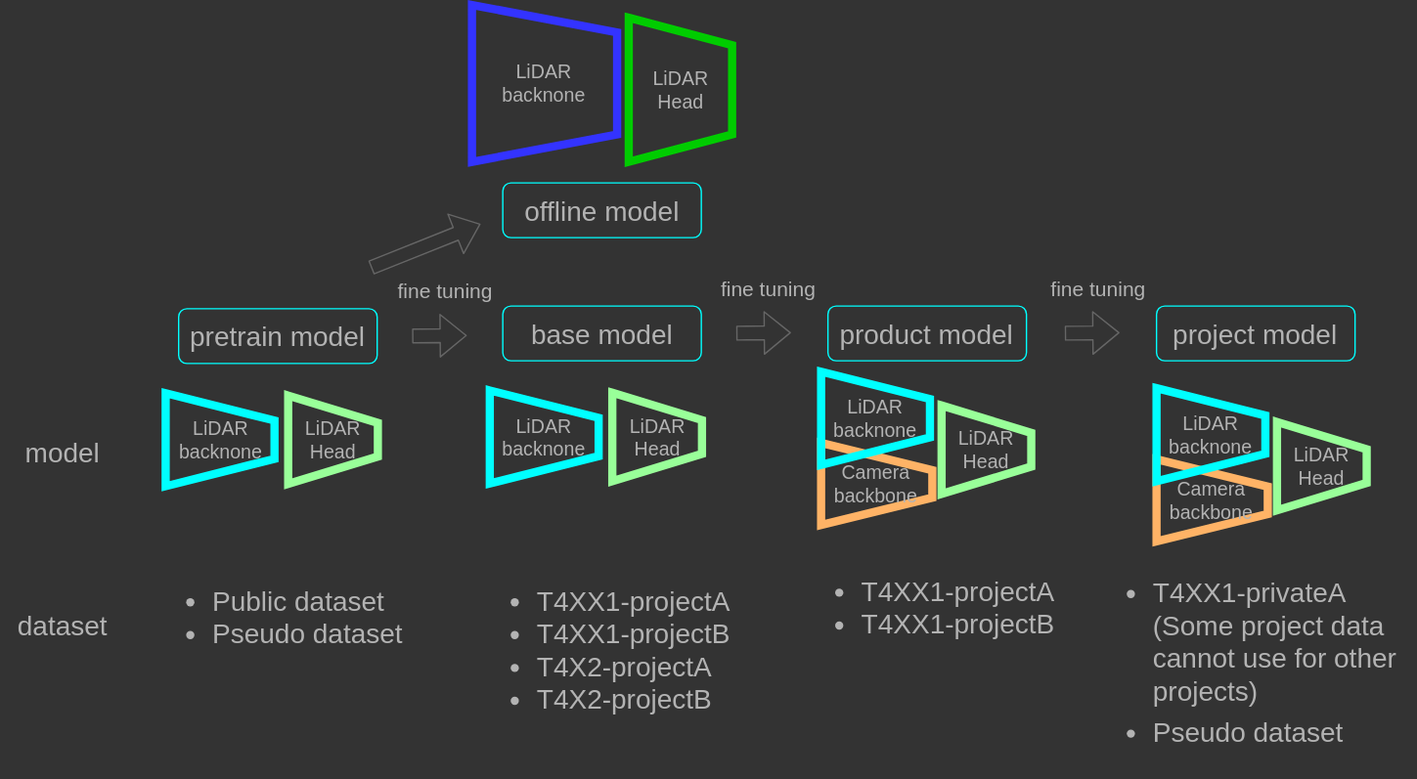
Above: docs/fig/model_type_2.drawio.svg in tier4/AWML (draw.io), before the change. Source tidied: cells renumbered, new cells last; positions are measured from the earlier drawing's top-left corner, leaving out a move shared by most shapes.
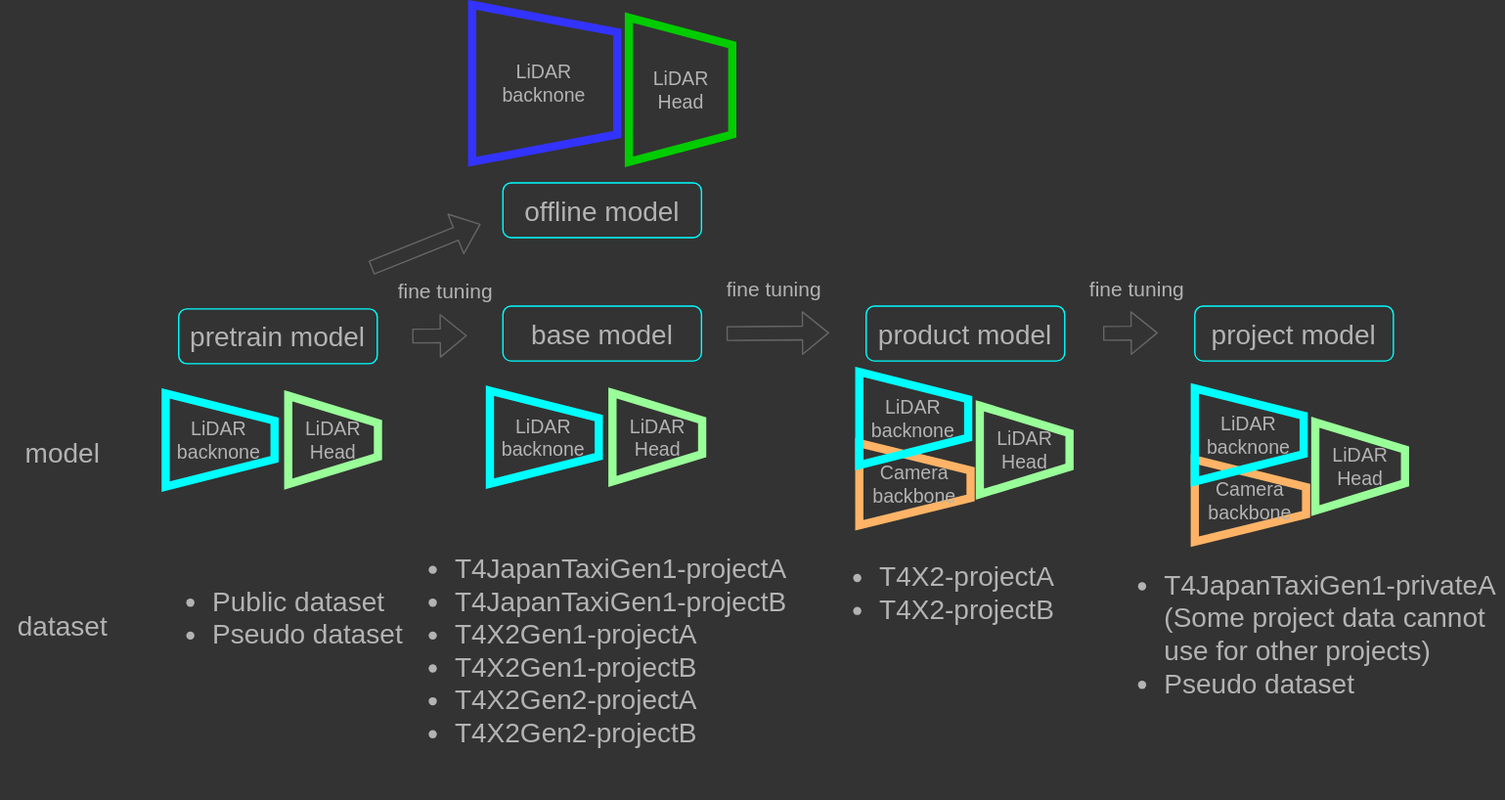
The same file after the commit.

Commit message:
chore(docs): update the strategy of model versioning (#241)

Change to the diagram source:
```diff
@@ -7,18 +7,18 @@
     </mxCell>
     <mxCell id="3" style="shape=flexArrow;endArrow=classic;html=1;fontSize=20;fontColor=#B3B3B3;strokeColor=#666666;" parent="1" edge="1">
       <mxGeometry relative="1" as="geometry">
-        <mxPoint x="537.2" y="239.8" as="sourcePoint" />
-        <mxPoint x="577.2" y="239.5" as="targetPoint" />
+        <mxPoint x="530" y="240" as="sourcePoint" />
+        <mxPoint x="605" y="239.5" as="targetPoint" />
       </mxGeometry>
     </mxCell>
-    <mxCell id="4" value="&lt;ul&gt;&lt;li&gt;&lt;span style=&quot;background-color: initial;&quot;&gt;T4XX1-projectA&lt;/span&gt;&lt;br&gt;&lt;/li&gt;&lt;li&gt;&lt;span style=&quot;background-color: initial;&quot;&gt;T4XX1-projectB&lt;/span&gt;&lt;/li&gt;&lt;li&gt;&lt;span style=&quot;background-color: initial;&quot;&gt;T4X2-projectA&lt;/span&gt;&lt;/li&gt;&lt;li&gt;&lt;span style=&quot;background-color: initial;&quot;&gt;T4X2-projectB&lt;/span&gt;&lt;/li&gt;&lt;/ul&gt;" style="text;html=1;strokeColor=none;fillColor=none;align=left;verticalAlign=middle;whiteSpace=wrap;rounded=0;fontSize=20;fontColor=#B3B3B3;" parent="1" vertex="1">
-      <mxGeometry x="349.8" y="410" width="197.5" height="122" as="geometry" />
+    <mxCell id="4" value="&lt;ul&gt;&lt;li&gt;&lt;span style=&quot;background-color: initial;&quot;&gt;T4JapanTaxiGen1-projectA&lt;/span&gt;&lt;br&gt;&lt;/li&gt;&lt;li&gt;&lt;span style=&quot;background-color: initial;&quot;&gt;T4JapanTaxiGen1-projectB&lt;/span&gt;&lt;/li&gt;&lt;li&gt;&lt;span style=&quot;background-color: initial;&quot;&gt;T4X2Gen1-projectA&lt;/span&gt;&lt;br&gt;&lt;/li&gt;&lt;li&gt;&lt;span style=&quot;background-color: initial;&quot;&gt;T4X2Gen1-projectB&lt;/span&gt;&lt;/li&gt;&lt;li&gt;&lt;span style=&quot;background-color: initial;&quot;&gt;T4X2Gen2-projectA&lt;/span&gt;&lt;br&gt;&lt;/li&gt;&lt;li&gt;&lt;span style=&quot;background-color: initial;&quot;&gt;T4X2Gen2-projectB&lt;/span&gt;&lt;/li&gt;&lt;/ul&gt;" style="text;html=1;strokeColor=none;fillColor=none;align=left;verticalAlign=middle;whiteSpace=wrap;rounded=0;fontSize=20;fontColor=#B3B3B3;" parent="1" vertex="1">
+      <mxGeometry x="290" y="410" width="300" height="122" as="geometry" />
     </mxCell>
     <mxCell id="5" value="&lt;span style=&quot;font-size: 15px;&quot;&gt;fine tuning&lt;/span&gt;" style="text;html=1;strokeColor=none;fillColor=none;align=center;verticalAlign=middle;whiteSpace=wrap;rounded=0;fontSize=20;fontColor=#B3B3B3;" parent="1" vertex="1">
-      <mxGeometry x="511.7" y="190" width="97.5" height="30" as="geometry" />
+      <mxGeometry x="516" y="190" width="97.5" height="30" as="geometry" />
     </mxCell>
     <mxCell id="6" value="&lt;font style=&quot;font-size: 20px;&quot;&gt;product model&lt;/font&gt;" style="rounded=1;whiteSpace=wrap;html=1;strokeColor=#00FFFF;fillColor=none;fontColor=#B3B3B3;" parent="1" vertex="1">
-      <mxGeometry x="604.2" y="220" width="145" height="40" as="geometry" />
+      <mxGeometry x="632" y="220" width="145" height="40" as="geometry" />
     </mxCell>
     <mxCell id="7" value="&lt;font style=&quot;font-size: 14px;&quot;&gt;LiDAR&lt;br&gt;backnone&lt;/font&gt;" style="shape=trapezoid;perimeter=trapezoidPerimeter;whiteSpace=wrap;html=1;fixedSize=1;rotation=0;fillColor=none;fontColor=#B3B3B3;strokeColor=#00FFFF;strokeWidth=6;direction=south;" parent="1" vertex="1">
       <mxGeometry x="357.2" y="281.7" width="79.5" height="68" as="geometry" />
@@ -28,42 +28,39 @@
     </mxCell>
     <mxCell id="9" style="shape=flexArrow;endArrow=classic;html=1;fontSize=20;fontColor=#B3B3B3;strokeColor=#666666;" parent="1" edge="1">
       <mxGeometry relative="1" as="geometry">
-        <mxPoint x="777.2" y="239.8" as="sourcePoint" />
-        <mxPoint x="817.2" y="239.5" as="targetPoint" />
+        <mxPoint x="805" y="239.8" as="sourcePoint" />
+        <mxPoint x="845" y="239.5" as="targetPoint" />
       </mxGeometry>
     </mxCell>
     <mxCell id="10" value="&lt;font style=&quot;font-size: 20px;&quot;&gt;project model&lt;/font&gt;" style="rounded=1;whiteSpace=wrap;html=1;strokeColor=#00FFFF;fillColor=none;fontColor=#B3B3B3;" parent="1" vertex="1">
-      <mxGeometry x="844.2" y="220" width="145" height="40" as="geometry" />
+      <mxGeometry x="872" y="220" width="145" height="40" as="geometry" />
     </mxCell>
     <mxCell id="11" value="&lt;span style=&quot;font-size: 15px;&quot;&gt;fine tuning&lt;/span&gt;" style="text;html=1;strokeColor=none;fillColor=none;align=center;verticalAlign=middle;whiteSpace=wrap;rounded=0;fontSize=20;fontColor=#B3B3B3;" parent="1" vertex="1">
-      <mxGeometry x="752.7" y="190" width="97.5" height="30" as="geometry" />
+      <mxGeometry x="780.5" y="190" width="97.5" height="30" as="geometry" />
     </mxCell>
     <mxCell id="12" value="&lt;font style=&quot;font-size: 20px;&quot;&gt;offline model&lt;/font&gt;" style="rounded=1;whiteSpace=wrap;html=1;strokeColor=#00FFFF;fillColor=none;fontColor=#B3B3B3;" parent="1" vertex="1">
       <mxGeometry x="366.8" y="130" width="145" height="40" as="geometry" />
     </mxCell>
-    <mxCell id="13" value="&lt;ul&gt;&lt;li&gt;&lt;span style=&quot;background-color: initial;&quot;&gt;Pseudo dataset&lt;/span&gt;&lt;/li&gt;&lt;/ul&gt;" style="text;html=1;strokeColor=none;fillColor=none;align=left;verticalAlign=middle;whiteSpace=wrap;rounded=0;fontSize=20;fontColor=#B3B3B3;" parent="1" vertex="1">
-      <mxGeometry x="800.1" y="510" width="183.2" height="41" as="geometry" />
-    </mxCell>
-    <mxCell id="14" value="&lt;ul&gt;&lt;li&gt;&lt;span style=&quot;background-color: initial;&quot;&gt;T4XX1-privateA&lt;br&gt;(Some project data cannot use for other projects)&amp;nbsp;&lt;/span&gt;&lt;/li&gt;&lt;/ul&gt;" style="text;html=1;strokeColor=none;fillColor=none;align=left;verticalAlign=middle;whiteSpace=wrap;rounded=0;fontSize=20;fontColor=#B3B3B3;" parent="1" vertex="1">
-      <mxGeometry x="800.1" y="410" width="233.2" height="110" as="geometry" />
+    <mxCell id="14" value="&lt;ul&gt;&lt;li&gt;&lt;span style=&quot;background-color: initial;&quot;&gt;T4JapanTaxiGen1-privateA&lt;br&gt;(Some project data cannot use for other projects)&amp;nbsp;&lt;/span&gt;&lt;/li&gt;&lt;li&gt;&lt;span style=&quot;background-color: initial;&quot;&gt;Pseudo dataset&lt;/span&gt;&lt;/li&gt;&lt;/ul&gt;" style="text;html=1;strokeColor=none;fillColor=none;align=left;verticalAlign=middle;whiteSpace=wrap;rounded=0;fontSize=20;fontColor=#B3B3B3;" parent="1" vertex="1">
+      <mxGeometry x="807.8" y="410" width="289.9" height="98" as="geometry" />
     </mxCell>
     <mxCell id="15" value="&lt;font style=&quot;font-size: 14px;&quot;&gt;Camera&lt;br&gt;backbone&lt;/font&gt;" style="shape=trapezoid;perimeter=trapezoidPerimeter;whiteSpace=wrap;html=1;fixedSize=1;rotation=0;fillColor=none;fontColor=#B3B3B3;strokeColor=#FFB366;strokeWidth=6;direction=south;" parent="1" vertex="1">
-      <mxGeometry x="599.2" y="320" width="81.2" height="60" as="geometry" />
+      <mxGeometry x="627" y="320" width="81.2" height="60" as="geometry" />
     </mxCell>
     <mxCell id="16" value="&lt;font style=&quot;font-size: 14px;&quot;&gt;LiDAR&lt;br&gt;backnone&lt;/font&gt;" style="shape=trapezoid;perimeter=trapezoidPerimeter;whiteSpace=wrap;html=1;fixedSize=1;rotation=0;fillColor=none;fontColor=#B3B3B3;strokeColor=#00FFFF;strokeWidth=6;direction=south;" parent="1" vertex="1">
-      <mxGeometry x="599.2" y="268" width="79.5" height="68" as="geometry" />
+      <mxGeometry x="627" y="268" width="79.5" height="68" as="geometry" />
     </mxCell>
     <mxCell id="17" value="&lt;span style=&quot;font-size: 14px;&quot;&gt;LiDAR&lt;br&gt;Head&lt;/span&gt;" style="shape=trapezoid;perimeter=trapezoidPerimeter;whiteSpace=wrap;html=1;fixedSize=1;rotation=0;fillColor=none;fontColor=#B3B3B3;strokeColor=#99FF99;strokeWidth=6;direction=south;" parent="1" vertex="1">
-      <mxGeometry x="687.2" y="292.7" width="65.5" height="64.6" as="geometry" />
+      <mxGeometry x="715" y="292.7" width="65.5" height="64.6" as="geometry" />
     </mxCell>
     <mxCell id="18" value="&lt;font style=&quot;font-size: 14px;&quot;&gt;Camera&lt;br&gt;backbone&lt;/font&gt;" style="shape=trapezoid;perimeter=trapezoidPerimeter;whiteSpace=wrap;html=1;fixedSize=1;rotation=0;fillColor=none;fontColor=#B3B3B3;strokeColor=#FFB366;strokeWidth=6;direction=south;" parent="1" vertex="1">
-      <mxGeometry x="844.2" y="332" width="81.2" height="60" as="geometry" />
+      <mxGeometry x="872" y="332" width="81.2" height="60" as="geometry" />
     </mxCell>
     <mxCell id="19" value="&lt;font style=&quot;font-size: 14px;&quot;&gt;LiDAR&lt;br&gt;backnone&lt;/font&gt;" style="shape=trapezoid;perimeter=trapezoidPerimeter;whiteSpace=wrap;html=1;fixedSize=1;rotation=0;fillColor=none;fontColor=#B3B3B3;strokeColor=#00FFFF;strokeWidth=6;direction=south;" parent="1" vertex="1">
-      <mxGeometry x="844.2" y="280" width="79.5" height="68" as="geometry" />
+      <mxGeometry x="872" y="280" width="79.5" height="68" as="geometry" />
     </mxCell>
     <mxCell id="20" value="&lt;span style=&quot;font-size: 14px;&quot;&gt;LiDAR&lt;br&gt;Head&lt;/span&gt;" style="shape=trapezoid;perimeter=trapezoidPerimeter;whiteSpace=wrap;html=1;fixedSize=1;rotation=0;fillColor=none;fontColor=#B3B3B3;strokeColor=#99FF99;strokeWidth=6;direction=south;" parent="1" vertex="1">
-      <mxGeometry x="932.2" y="304.7" width="65.5" height="64.6" as="geometry" />
+      <mxGeometry x="960" y="304.7" width="65.5" height="64.6" as="geometry" />
     </mxCell>
     <mxCell id="21" value="&lt;font style=&quot;font-size: 14px;&quot;&gt;LiDAR&lt;br&gt;backnone&lt;/font&gt;" style="shape=trapezoid;perimeter=trapezoidPerimeter;whiteSpace=wrap;html=1;fixedSize=1;rotation=0;fillColor=none;fontColor=#B3B3B3;strokeColor=#3333FF;strokeWidth=6;direction=south;" parent="1" vertex="1">
       <mxGeometry x="344.2" width="106" height="114.6" as="geometry" />
@@ -71,9 +68,6 @@
     <mxCell id="22" value="&lt;span style=&quot;font-size: 14px;&quot;&gt;LiDAR&lt;br&gt;Head&lt;/span&gt;" style="shape=trapezoid;perimeter=trapezoidPerimeter;whiteSpace=wrap;html=1;fixedSize=1;rotation=0;fillColor=none;fontColor=#B3B3B3;strokeColor=#00CC00;strokeWidth=6;direction=south;" parent="1" vertex="1">
       <mxGeometry x="458.7" y="9.3" width="75.5" height="105.3" as="geometry" />
     </mxCell>
-    <mxCell id="23" value="&lt;ul&gt;&lt;li&gt;&lt;span style=&quot;background-color: initial;&quot;&gt;T4XX1-projectA&lt;/span&gt;&lt;br&gt;&lt;/li&gt;&lt;li&gt;&lt;span style=&quot;background-color: initial;&quot;&gt;T4XX1-projectB&lt;/span&gt;&lt;/li&gt;&lt;/ul&gt;" style="text;html=1;strokeColor=none;fillColor=none;align=left;verticalAlign=middle;whiteSpace=wrap;rounded=0;fontSize=20;fontColor=#B3B3B3;" parent="1" vertex="1">
-      <mxGeometry x="587.2" y="410" width="197.5" height="60" as="geometry" />
-    </mxCell>
     <mxCell id="24" value="&lt;font style=&quot;font-size: 20px;&quot;&gt;pretrain model&lt;/font&gt;" style="rounded=1;whiteSpace=wrap;html=1;strokeColor=#00FFFF;fillColor=none;fontColor=#B3B3B3;" parent="1" vertex="1">
       <mxGeometry x="130" y="222" width="145" height="40" as="geometry" />
     </mxCell>
@@ -107,5 +101,8 @@
         <mxPoint x="350.5" y="160" as="targetPoint" />
       </mxGeometry>
     </mxCell>
+    <mxCell id="33" value="&lt;ul&gt;&lt;li&gt;&lt;span style=&quot;background-color: initial;&quot;&gt;T4X2-projectA&lt;/span&gt;&lt;br&gt;&lt;/li&gt;&lt;li&gt;&lt;span style=&quot;background-color: initial;&quot;&gt;T4X2-projectB&lt;/span&gt;&lt;/li&gt;&lt;/ul&gt;" style="text;html=1;strokeColor=none;fillColor=none;align=left;verticalAlign=middle;whiteSpace=wrap;rounded=0;fontSize=20;fontColor=#B3B3B3;" parent="1" vertex="1">
+      <mxGeometry x="600" y="392" width="200" height="74" as="geometry" />
+    </mxCell>
   </root>
 </mxGraphModel>
```
